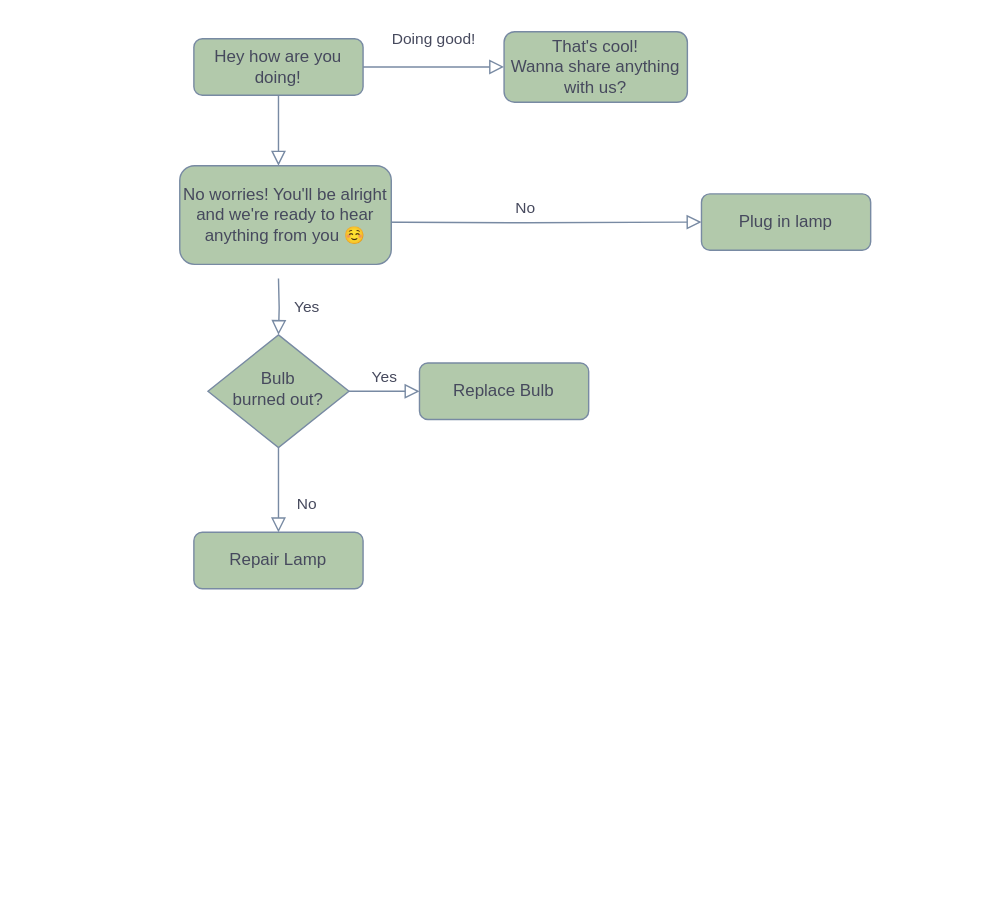
The draw.io diagram Questionary.drawio in effiegao/cmd-f-hackathon-questionary, before the edit. Source tidied: cells renumbered, new cells numbered last; positions are measured from the earlier drawing's top-left corner, leaving out a move shared by most shapes. Both pictures are drawn from the tidied source at 141%, with x=0, y=0 at pixel (179, 31).
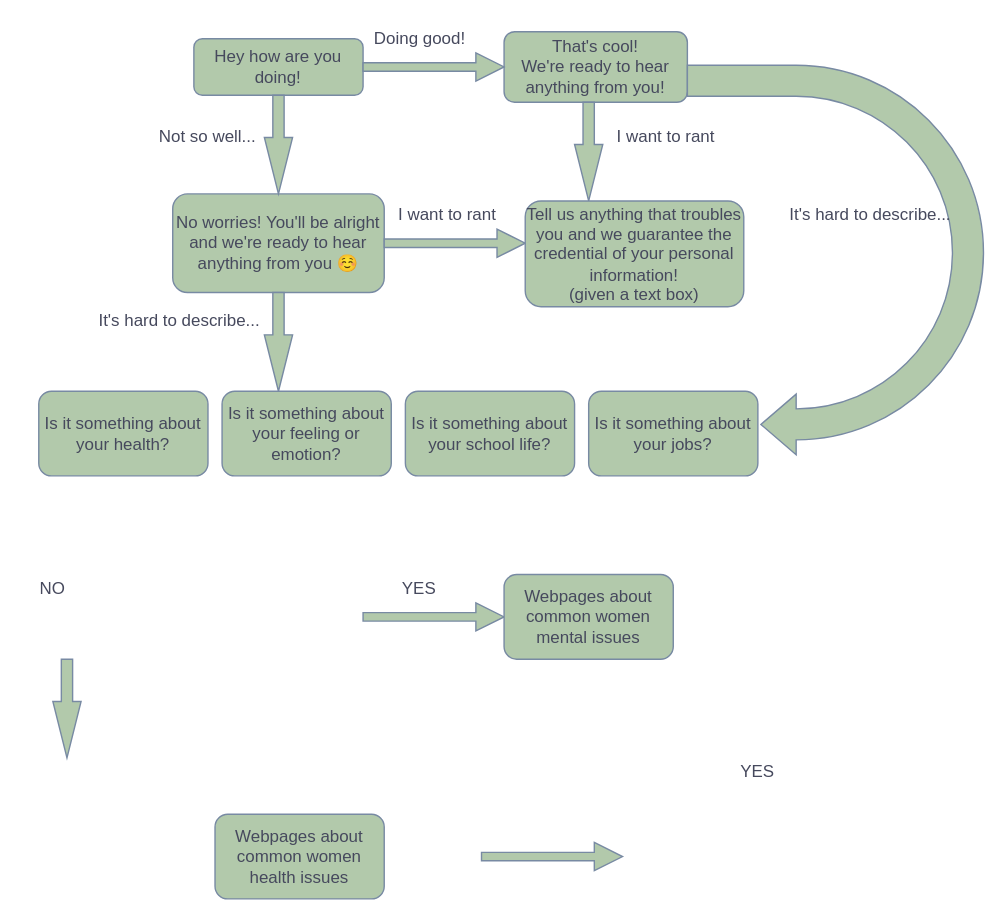
The same diagram, later.

Unchanged cells that the change refers to:
```xml
<mxCell id="3" value="Hey how are you doing!" style="rounded=1;whiteSpace=wrap;html=1;fontSize=12;glass=0;strokeWidth=1;shadow=0;fillColor=#B2C9AB;strokeColor=#788AA3;fontColor=#46495D;" parent="1" vertex="1">
  <mxGeometry x="10" y="5" width="120" height="40" as="geometry" />
</mxCell>
```

Change to the diagram source:
```diff
@@
-    <mxCell id="2" style="rounded=0;html=1;jettySize=auto;fontSize=11;endArrow=block;endFill=0;endSize=8;strokeWidth=1;shadow=0;labelBackgroundColor=none;edgeStyle=orthogonalEdgeStyle;strokeColor=#788AA3;fontColor=#46495D;" parent="1" edge="1" source="3">
-      <mxGeometry relative="1" as="geometry">
-        <mxPoint x="70" y="95" as="targetPoint" />
-      </mxGeometry>
-    </mxCell>
@@
-    <mxCell id="4" value="Yes" style="rounded=0;html=1;jettySize=auto;fontSize=11;endArrow=block;endFill=0;endSize=8;strokeWidth=1;shadow=0;labelBackgroundColor=none;edgeStyle=orthogonalEdgeStyle;strokeColor=#788AA3;fontColor=#46495D;" parent="1" edge="1" target="9">
-      <mxGeometry y="20" relative="1" as="geometry">
-        <mxPoint x="70" y="175" as="sourcePoint" />
-      </mxGeometry>
-    </mxCell>
-    <mxCell id="5" value="No" style="edgeStyle=orthogonalEdgeStyle;rounded=0;html=1;jettySize=auto;fontSize=11;endArrow=block;endFill=0;endSize=8;strokeWidth=1;shadow=0;labelBackgroundColor=none;strokeColor=#788AA3;fontColor=#46495D;" parent="1" edge="1" target="6">
-      <mxGeometry y="10" relative="1" as="geometry">
-        <mxPoint x="120" y="135" as="sourcePoint" />
-      </mxGeometry>
-    </mxCell>
-    <mxCell id="6" value="Plug in lamp" style="rounded=1;whiteSpace=wrap;html=1;fontSize=12;glass=0;strokeWidth=1;shadow=0;fillColor=#B2C9AB;strokeColor=#788AA3;fontColor=#46495D;" parent="1" vertex="1">
-      <mxGeometry x="370" y="115" width="120" height="40" as="geometry" />
-    </mxCell>
-    <mxCell id="7" value="No" style="rounded=0;html=1;jettySize=auto;fontSize=11;endArrow=block;endFill=0;endSize=8;strokeWidth=1;shadow=0;labelBackgroundColor=none;edgeStyle=orthogonalEdgeStyle;strokeColor=#788AA3;fontColor=#46495D;" parent="1" edge="1" source="9" target="10">
-      <mxGeometry x="0.33" y="20" relative="1" as="geometry" />
-    </mxCell>
-    <mxCell id="8" value="Yes" style="edgeStyle=orthogonalEdgeStyle;rounded=0;html=1;jettySize=auto;fontSize=11;endArrow=block;endFill=0;endSize=8;strokeWidth=1;shadow=0;labelBackgroundColor=none;strokeColor=#788AA3;fontColor=#46495D;" parent="1" edge="1" source="9" target="11">
-      <mxGeometry y="10" relative="1" as="geometry" />
-    </mxCell>
-    <mxCell id="9" value="Bulb&lt;br&gt;burned out?" style="rhombus;whiteSpace=wrap;html=1;shadow=0;fontFamily=Helvetica;fontSize=12;align=center;strokeWidth=1;spacing=6;spacingTop=-4;fillColor=#B2C9AB;strokeColor=#788AA3;fontColor=#46495D;" parent="1" vertex="1">
-      <mxGeometry x="20" y="215" width="100" height="80" as="geometry" />
-    </mxCell>
-    <mxCell id="10" value="Repair Lamp" style="rounded=1;whiteSpace=wrap;html=1;fontSize=12;glass=0;strokeWidth=1;shadow=0;fillColor=#B2C9AB;strokeColor=#788AA3;fontColor=#46495D;" parent="1" vertex="1">
-      <mxGeometry x="10" y="355" width="120" height="40" as="geometry" />
-    </mxCell>
-    <mxCell id="11" value="Replace Bulb" style="rounded=1;whiteSpace=wrap;html=1;fontSize=12;glass=0;strokeWidth=1;shadow=0;fillColor=#B2C9AB;strokeColor=#788AA3;fontColor=#46495D;" parent="1" vertex="1">
-      <mxGeometry x="170" y="235" width="120" height="40" as="geometry" />
-    </mxCell>
-    <mxCell id="12" value="Doing good!" style="edgeStyle=orthogonalEdgeStyle;rounded=0;html=1;jettySize=auto;fontSize=11;endArrow=block;endFill=0;endSize=8;strokeWidth=1;shadow=0;labelBackgroundColor=none;strokeColor=#788AA3;fontColor=#46495D;exitX=1;exitY=0.5;exitDx=0;exitDy=0;entryX=0;entryY=0.5;entryDx=0;entryDy=0;" parent="1" edge="1" source="3" target="13">
-      <mxGeometry y="20" relative="1" as="geometry" />
-    </mxCell>
-    <mxCell id="13" value="That's cool!&lt;br&gt;Wanna share anything with us?" style="rounded=1;whiteSpace=wrap;html=1;fontSize=12;glass=0;strokeWidth=1;shadow=0;fillColor=#B2C9AB;strokeColor=#788AA3;fontColor=#46495D;" parent="1" vertex="1">
+    <mxCell id="13" value="That's cool!&lt;br&gt;We're ready to hear anything from you!" style="rounded=1;whiteSpace=wrap;html=1;fontSize=12;glass=0;strokeWidth=1;shadow=0;fillColor=#B2C9AB;strokeColor=#788AA3;fontColor=#46495D;" parent="1" vertex="1">
       <mxGeometry x="230" width="130" height="50" as="geometry" />
     </mxCell>
     <mxCell id="14" value="No worries! You'll be alright and we're ready to hear anything from you ☺️" style="rounded=1;whiteSpace=wrap;html=1;fontSize=12;glass=0;strokeWidth=1;shadow=0;fillColor=#B2C9AB;strokeColor=#788AA3;fontColor=#46495D;" parent="1" vertex="1">
-      <mxGeometry y="95" width="150" height="70" as="geometry" />
+      <mxGeometry x="-5" y="115" width="150" height="70" as="geometry" />
     </mxCell>
+    <mxCell id="15" style="shape=singleArrow;whiteSpace=wrap;html=1;rounded=0;sketch=0;strokeColor=#788AA3;fillColor=#B2C9AB;fontColor=#46495D;" parent="1" vertex="1">
+      <mxGeometry x="130" y="15" width="100" height="20" as="geometry" />
+    </mxCell>
+    <mxCell id="12" value="Doing good!" style="text;html=1;align=center;verticalAlign=middle;fontColor=#46495D;" parent="1" vertex="1">
+      <mxGeometry x="130" y="-5" width="80" height="20" as="geometry" />
+    </mxCell>
+    <mxCell id="16" style="html=1;shadow=0;dashed=0;align=center;verticalAlign=middle;shape=mxgraph.arrows2.arrow;dy=0.6;dx=40;direction=south;notch=0;rounded=0;sketch=0;strokeColor=#788AA3;fillColor=#B2C9AB;fontColor=#46495D;" parent="1" vertex="1">
+      <mxGeometry x="60" y="45" width="20" height="70" as="geometry" />
+    </mxCell>
+    <mxCell id="17" value="Not so well..." style="text;html=1;strokeColor=none;fillColor=none;align=center;verticalAlign=middle;whiteSpace=wrap;rounded=0;sketch=0;fontColor=#46495D;" parent="1" vertex="1">
+      <mxGeometry x="-30" y="65" width="100" height="20" as="geometry" />
+    </mxCell>
+    <mxCell id="18" style="html=1;shadow=0;dashed=0;align=center;verticalAlign=middle;shape=mxgraph.arrows2.arrow;dy=0.6;dx=40;direction=south;notch=0;rounded=0;sketch=0;strokeColor=#788AA3;fillColor=#B2C9AB;fontColor=#46495D;" parent="1" vertex="1">
+      <mxGeometry x="280" y="50" width="20" height="70" as="geometry" />
+    </mxCell>
+    <mxCell id="19" style="shape=singleArrow;whiteSpace=wrap;html=1;rounded=0;sketch=0;strokeColor=#788AA3;fillColor=#B2C9AB;fontColor=#46495D;" parent="1" vertex="1">
+      <mxGeometry x="145" y="140" width="100" height="20" as="geometry" />
+    </mxCell>
+    <mxCell id="20" value="Tell us anything that troubles you and we guarantee the credential of your personal information!&lt;br&gt;(given a text box)" style="rounded=1;whiteSpace=wrap;html=1;sketch=0;strokeColor=#788AA3;fillColor=#B2C9AB;fontColor=#46495D;" parent="1" vertex="1">
+      <mxGeometry x="245" y="120" width="155" height="75" as="geometry" />
+    </mxCell>
+    <mxCell id="21" value="I want to rant" style="text;html=1;strokeColor=none;fillColor=none;align=center;verticalAlign=middle;whiteSpace=wrap;rounded=0;sketch=0;fontColor=#46495D;" parent="1" vertex="1">
+      <mxGeometry x="290" y="65" width="110" height="20" as="geometry" />
+    </mxCell>
+    <mxCell id="22" value="I want to rant" style="text;html=1;strokeColor=none;fillColor=none;align=center;verticalAlign=middle;whiteSpace=wrap;rounded=0;sketch=0;fontColor=#46495D;" parent="1" vertex="1">
+      <mxGeometry x="135" y="120" width="110" height="20" as="geometry" />
+    </mxCell>
+    <mxCell id="23" style="html=1;shadow=0;dashed=0;align=center;verticalAlign=middle;shape=mxgraph.arrows2.arrow;dy=0.6;dx=40;direction=south;notch=0;rounded=0;sketch=0;strokeColor=#788AA3;fillColor=#B2C9AB;fontColor=#46495D;" parent="1" vertex="1">
+      <mxGeometry x="60" y="185" width="20" height="70" as="geometry" />
+    </mxCell>
+    <mxCell id="24" value="It's hard to describe..." style="text;html=1;strokeColor=none;fillColor=none;align=center;verticalAlign=middle;whiteSpace=wrap;rounded=0;sketch=0;fontColor=#46495D;" parent="1" vertex="1">
+      <mxGeometry x="-60" y="195" width="120" height="20" as="geometry" />
+    </mxCell>
+    <mxCell id="25" value="Is it something about your health?" style="rounded=1;whiteSpace=wrap;html=1;sketch=0;strokeColor=#788AA3;fillColor=#B2C9AB;fontColor=#46495D;" parent="1" vertex="1">
+      <mxGeometry x="-100" y="255" width="120" height="60" as="geometry" />
+    </mxCell>
+    <mxCell id="26" style="html=1;shadow=0;dashed=0;align=center;verticalAlign=middle;shape=mxgraph.arrows2.arrow;dy=0.6;dx=40;direction=south;notch=0;rounded=0;sketch=0;strokeColor=#788AA3;fillColor=#B2C9AB;fontColor=#46495D;" parent="1" vertex="1">
+      <mxGeometry x="-90" y="445" width="20" height="70" as="geometry" />
+    </mxCell>
+    <mxCell id="27" style="shape=singleArrow;whiteSpace=wrap;html=1;rounded=0;sketch=0;strokeColor=#788AA3;fillColor=#B2C9AB;fontColor=#46495D;" parent="1" vertex="1">
+      <mxGeometry x="214" y="575" width="100" height="20" as="geometry" />
+    </mxCell>
+    <mxCell id="28" value="YES" style="text;html=1;strokeColor=none;fillColor=none;align=center;verticalAlign=middle;whiteSpace=wrap;rounded=0;sketch=0;fontColor=#46495D;" parent="1" vertex="1">
+      <mxGeometry x="390" y="515" width="40" height="20" as="geometry" />
+    </mxCell>
+    <mxCell id="29" value="Webpages about common women health issues" style="rounded=1;whiteSpace=wrap;html=1;sketch=0;strokeColor=#788AA3;fillColor=#B2C9AB;fontColor=#46495D;" parent="1" vertex="1">
+      <mxGeometry x="25" y="555" width="120" height="60" as="geometry" />
+    </mxCell>
+    <mxCell id="30" value="NO" style="text;html=1;strokeColor=none;fillColor=none;align=center;verticalAlign=middle;whiteSpace=wrap;rounded=0;sketch=0;fontColor=#46495D;" parent="1" vertex="1">
+      <mxGeometry x="-110" y="385" width="40" height="20" as="geometry" />
+    </mxCell>
+    <mxCell id="31" value="Is it something about your feeling or emotion?" style="rounded=1;whiteSpace=wrap;html=1;sketch=0;strokeColor=#788AA3;fillColor=#B2C9AB;fontColor=#46495D;" parent="1" vertex="1">
+      <mxGeometry x="30" y="255" width="120" height="60" as="geometry" />
+    </mxCell>
+    <mxCell id="32" style="shape=singleArrow;whiteSpace=wrap;html=1;rounded=0;sketch=0;strokeColor=#788AA3;fillColor=#B2C9AB;fontColor=#46495D;" parent="1" vertex="1">
+      <mxGeometry x="130" y="405" width="100" height="20" as="geometry" />
+    </mxCell>
+    <mxCell id="33" value="YES" style="text;html=1;strokeColor=none;fillColor=none;align=center;verticalAlign=middle;whiteSpace=wrap;rounded=0;sketch=0;fontColor=#46495D;" parent="1" vertex="1">
+      <mxGeometry x="150" y="385" width="40" height="20" as="geometry" />
+    </mxCell>
+    <mxCell id="34" value="Webpages about common women mental issues" style="rounded=1;whiteSpace=wrap;html=1;sketch=0;strokeColor=#788AA3;fillColor=#B2C9AB;fontColor=#46495D;" parent="1" vertex="1">
+      <mxGeometry x="230" y="385" width="120" height="60" as="geometry" />
+    </mxCell>
+    <mxCell id="35" value="Is it something about your school life?" style="rounded=1;whiteSpace=wrap;html=1;sketch=0;strokeColor=#788AA3;fillColor=#B2C9AB;fontColor=#46495D;" parent="1" vertex="1">
+      <mxGeometry x="160" y="255" width="120" height="60" as="geometry" />
+    </mxCell>
+    <mxCell id="36" value="Is it something about your jobs?" style="rounded=1;whiteSpace=wrap;html=1;sketch=0;strokeColor=#788AA3;fillColor=#B2C9AB;fontColor=#46495D;" parent="1" vertex="1">
+      <mxGeometry x="290" y="255" width="120" height="60" as="geometry" />
+    </mxCell>
+    <mxCell id="37" style="html=1;shadow=0;dashed=0;align=center;verticalAlign=middle;shape=mxgraph.arrows2.uTurnArrow;dy=11;arrowHead=43;dx2=25;rounded=0;sketch=0;strokeColor=#788AA3;fillColor=#B2C9AB;fontColor=#46495D;rotation=-180;" parent="1" vertex="1">
+      <mxGeometry x="360" y="23.8" width="210" height="276.2" as="geometry" />
+    </mxCell>
+    <mxCell id="38" value="It's hard to describe..." style="text;html=1;strokeColor=none;fillColor=none;align=center;verticalAlign=middle;whiteSpace=wrap;rounded=0;sketch=0;fontColor=#46495D;" parent="1" vertex="1">
+      <mxGeometry x="430" y="120" width="120" height="20" as="geometry" />
+    </mxCell>
```
